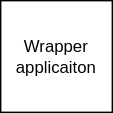
Earlier version of the draw.io export src/assets/Untitled Diagram.svg (3gwebtrain/AngularWebpack). Source tidied: cells renumbered, new cells last; positions are measured from the earlier drawing's top-left corner, leaving out a move shared by most shapes.
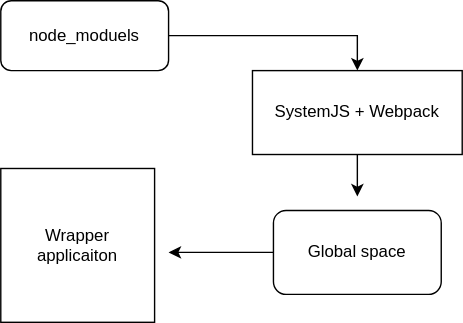
The same diagram one commit later.

Change to the diagram source:
```diff
@@ -3,7 +3,29 @@
     <mxCell id="0" />
     <mxCell id="1" parent="0" />
     <mxCell id="2" value="Wrapper&lt;br&gt;applicaiton" style="whiteSpace=wrap;html=1;" parent="1" vertex="1">
-      <mxGeometry width="80" height="80" as="geometry" />
+      <mxGeometry width="110" height="110" as="geometry" />
     </mxCell>
+    <mxCell id="3" style="edgeStyle=orthogonalEdgeStyle;rounded=0;jettySize=auto;html=1;exitX=1;exitY=0.5;exitDx=0;exitDy=0;entryX=0.5;entryY=0;entryDx=0;entryDy=0;" parent="1" edge="1" source="4" target="6">
+      <mxGeometry relative="1" as="geometry" />
+    </mxCell>
+    <mxCell id="4" value="node_moduels" style="rounded=1;whiteSpace=wrap;html=1;" parent="1" vertex="1">
+      <mxGeometry y="-120" width="120" height="50" as="geometry" />
+    </mxCell>
+    <mxCell id="5" style="edgeStyle=orthogonalEdgeStyle;rounded=0;jettySize=auto;html=1;exitX=0.5;exitY=1;exitDx=0;exitDy=0;" parent="1" edge="1" source="6">
+      <mxGeometry relative="1" as="geometry">
+        <mxPoint x="255" y="20" as="targetPoint" />
+      </mxGeometry>
+    </mxCell>
+    <mxCell id="6" value="SystemJS + Webpack" style="rounded=0;whiteSpace=wrap;html=1;" parent="1" vertex="1">
+      <mxGeometry x="180" y="-70" width="150" height="60" as="geometry" />
+    </mxCell>
+    <mxCell id="7" style="edgeStyle=orthogonalEdgeStyle;rounded=0;jettySize=auto;html=1;exitX=0;exitY=0.5;exitDx=0;exitDy=0;" parent="1" edge="1" source="8">
+      <mxGeometry relative="1" as="geometry">
+        <mxPoint x="120" y="60" as="targetPoint" />
+      </mxGeometry>
+    </mxCell>
+    <mxCell id="8" value="Global space" style="rounded=1;whiteSpace=wrap;html=1;" parent="1" vertex="1">
+      <mxGeometry x="195" y="30" width="120" height="60" as="geometry" />
+    </mxCell>
   </root>
 </mxGraphModel>
```
